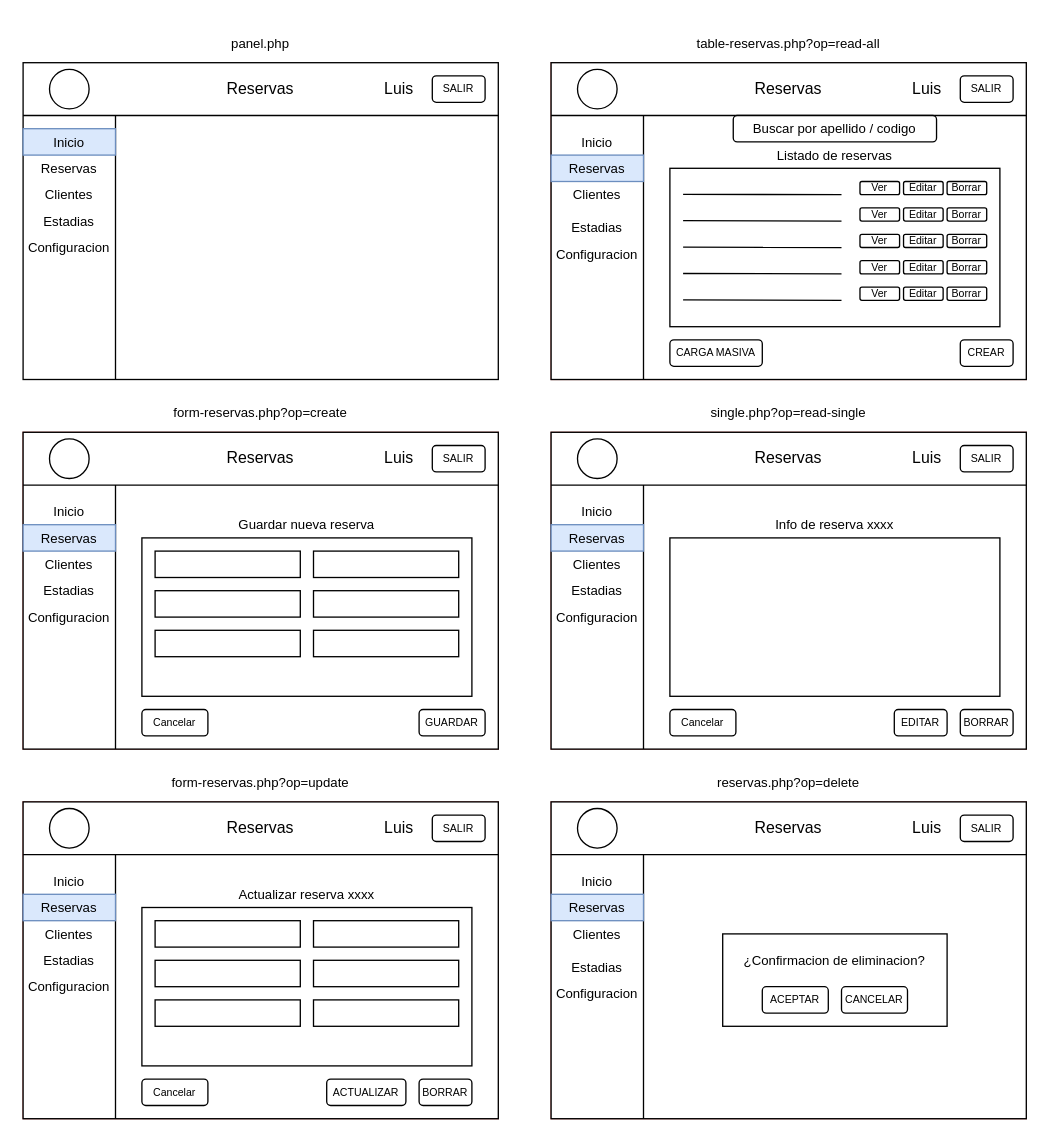
danielo101/db-diagrams keeps this draw.io diagram as page "UI Back End" (3 of 5) of web-checkin/hotel-web-checkin.drawio. Above is the earlier version. Source tidied: cells renumbered, new cells numbered last; positions are measured from the earlier drawing's top-left corner, leaving out a move shared by most shapes. Both pictures are drawn from the tidied source at 132%, with x=0, y=0 at pixel (22, 22).
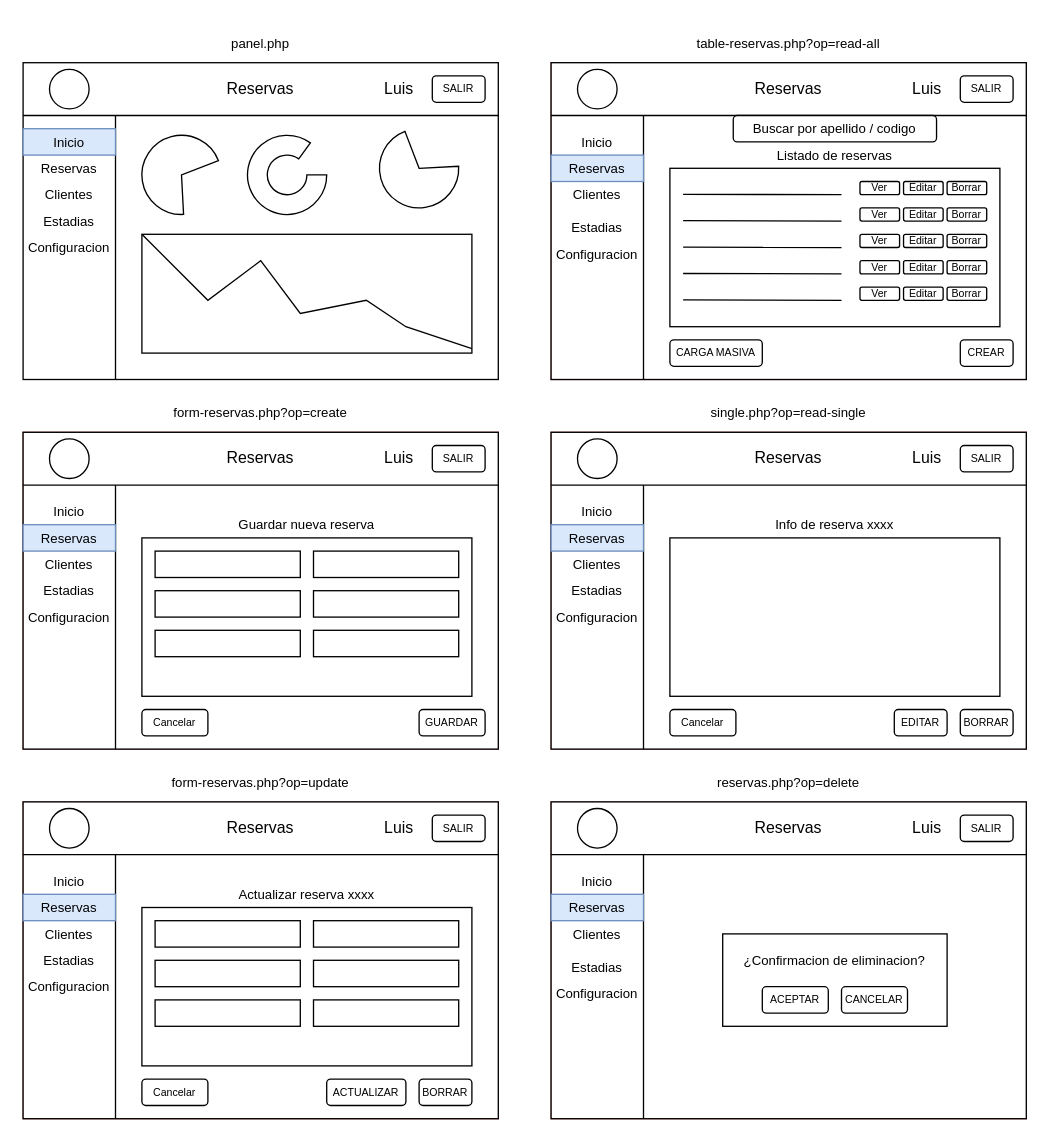
After the change.

What changed in the source:
```diff
@@
+    <mxCell id="140" style="verticalLabelPosition=bottom;verticalAlign=top;html=1;shape=mxgraph.basic.partConcEllipse;startAngle=0.25;endAngle=0.1;arcWidth=0.5;fontColor=#FF3333;" parent="1" vertex="1">
+      <mxGeometry x="170" y="85" width="60" height="60" as="geometry" />
+    </mxCell>
+    <mxCell id="141" style="verticalLabelPosition=bottom;verticalAlign=top;html=1;shape=mxgraph.basic.pie;startAngle=0.2;endAngle=0.9;fontColor=#FF3333;rotation=105;" parent="1" vertex="1">
+      <mxGeometry x="90" y="85" width="60" height="60" as="geometry" />
+    </mxCell>
+    <mxCell id="142" style="verticalLabelPosition=bottom;verticalAlign=top;html=1;shape=mxgraph.basic.pie;startAngle=0.2;endAngle=0.9;fontColor=#FF3333;rotation=15;" parent="1" vertex="1">
+      <mxGeometry x="270" y="80" width="60" height="60" as="geometry" />
+    </mxCell>
+    <mxCell id="143" style="rounded=0;whiteSpace=wrap;html=1;fontColor=#FF3333;" parent="1" vertex="1">
+      <mxGeometry x="90" y="160" width="250" height="90" as="geometry" />
+    </mxCell>
+    <mxCell id="144" style="endArrow=none;html=1;rounded=0;fontColor=#FF3333;exitX=0;exitY=0;exitDx=0;exitDy=0;" parent="1" edge="1" source="143" target="143">
+      <mxGeometry relative="1" as="geometry">
+        <Array as="points">
+          <mxPoint x="140" y="210" />
+          <mxPoint x="180" y="180" />
+          <mxPoint x="210" y="220" />
+          <mxPoint x="260" y="210" />
+          <mxPoint x="290" y="230" />
+        </Array>
+      </mxGeometry>
+    </mxCell>
```
